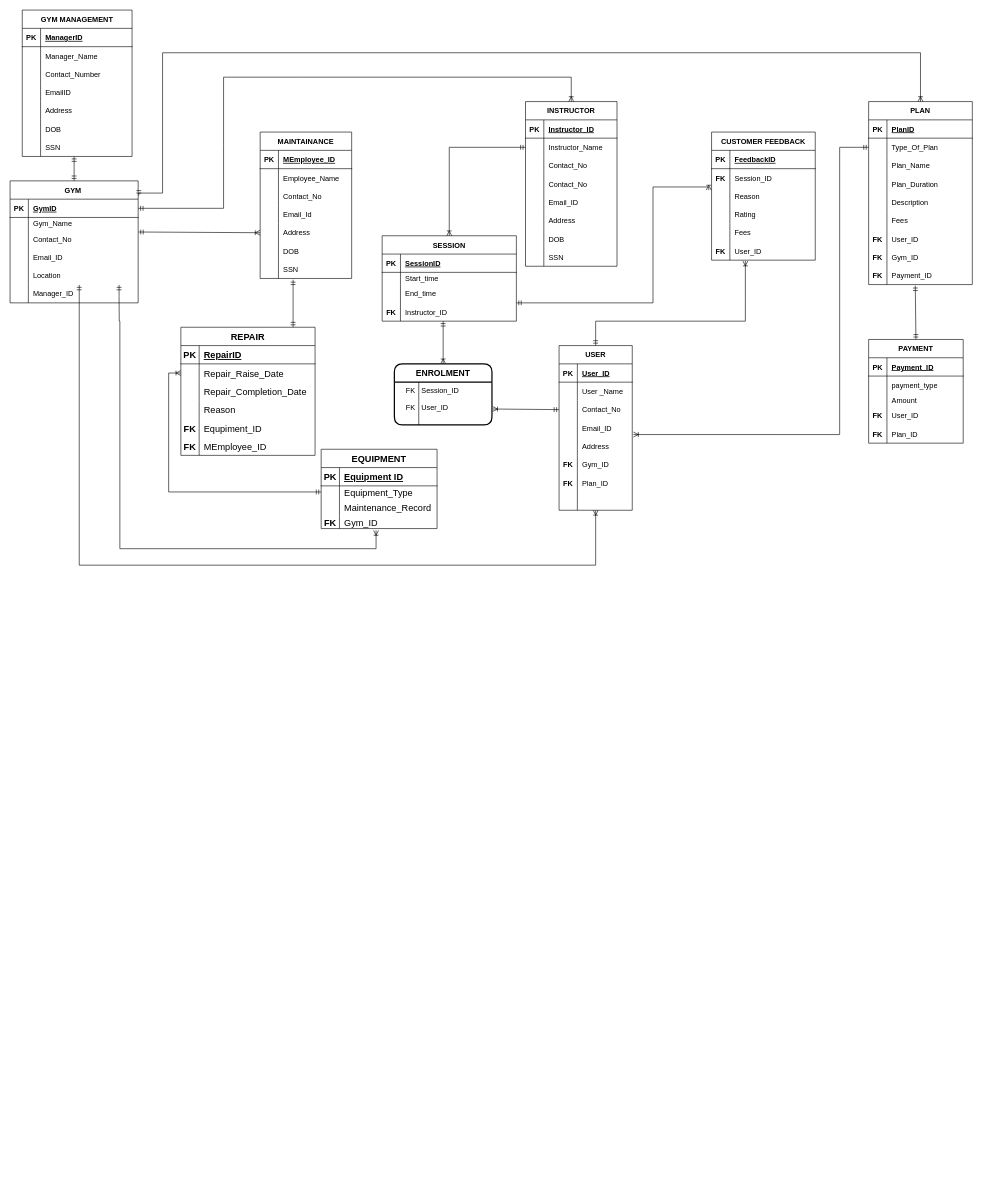
Above: Gym_Management_ERD.drawio in Tharunip/DAMG6210_PROJECT11 (draw.io), before the change. Source tidied: cells renumbered, new cells numbered last; positions are measured from the earlier drawing's top-left corner, leaving out a move shared by most shapes. Both pictures are drawn from the tidied source at 61%, with x=0, y=0 at pixel (10, 10).
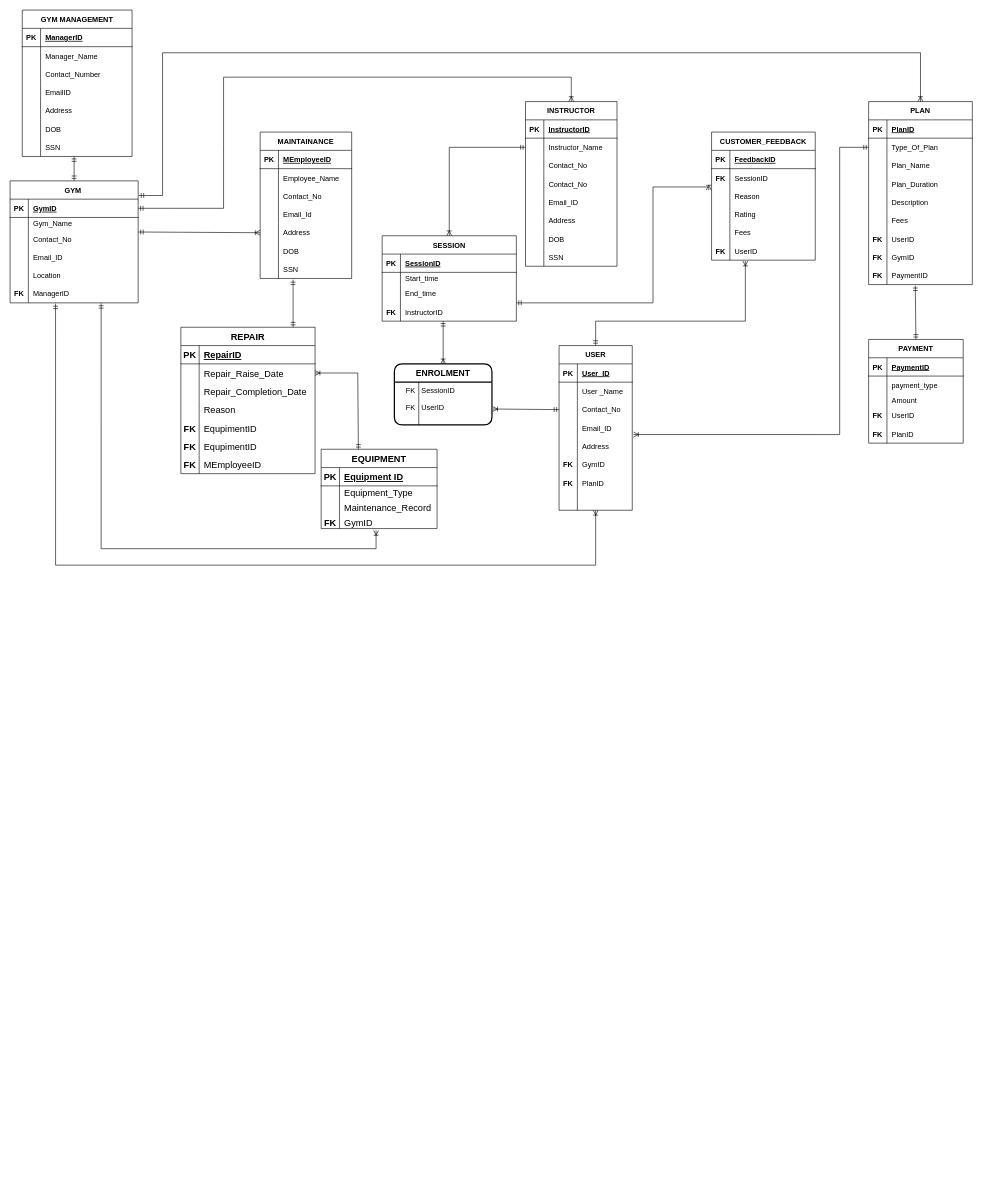
The same page after the edit.

The change refers to these unchanged cells:
```xml
<mxCell id="2" value="GYM " style="shape=table;startSize=30;childLayout=tableLayout;rowLines=0;fontStyle=1;align=center;" parent="1" vertex="1">
  <mxGeometry y="280" width="210" height="200" as="geometry" />
</mxCell>
<mxCell id="15" style="shape=tableRow;horizontal=0;startSize=0;swimlaneHead=0;swimlaneBody=0;fillColor=none;points=[[0,0.5],[1,0.5]];portConstraint=eastwest;top=0;left=0;right=0;bottom=0;" parent="2" vertex="1">
  <mxGeometry y="140" width="210" height="30" as="geometry" />
</mxCell>
<mxCell id="18" style="shape=tableRow;horizontal=0;startSize=0;swimlaneHead=0;swimlaneBody=0;fillColor=none;points=[[0,0.5],[1,0.5]];portConstraint=eastwest;top=0;left=0;right=0;bottom=0;" parent="2" vertex="1">
  <mxGeometry y="170" width="210" height="30" as="geometry" />
</mxCell>
<mxCell id="22" style="shape=tableRow;horizontal=0;startSize=0;swimlaneHead=0;swimlaneBody=0;fillColor=none;top=0;left=0;right=0;bottom=1;" parent="21" vertex="1">
  <mxGeometry y="30" width="150" height="30" as="geometry" />
</mxCell>
<mxCell id="56" style="shape=tableRow;horizontal=0;startSize=0;swimlaneHead=0;swimlaneBody=0;fillColor=none;points=[[0,0.5],[1,0.5]];portConstraint=eastwest;top=0;left=0;right=0;bottom=0;" parent="46" vertex="1">
  <mxGeometry y="110" width="220" height="30" as="geometry" />
</mxCell>
<mxCell id="75" style="shape=tableRow;horizontal=0;startSize=0;swimlaneHead=0;swimlaneBody=0;fillColor=none;top=0;left=0;right=0;bottom=0;" parent="59" vertex="1">
  <mxGeometry y="180" width="120" height="30" as="geometry" />
</mxCell>
<mxCell id="78" style="shape=tableRow;horizontal=0;startSize=0;swimlaneHead=0;swimlaneBody=0;fillColor=none;top=0;left=0;right=0;bottom=0;" parent="59" vertex="1">
  <mxGeometry y="210" width="120" height="30" as="geometry" />
</mxCell>
<mxCell id="85" style="shape=tableRow;horizontal=0;startSize=0;swimlaneHead=0;swimlaneBody=0;fillColor=none;top=0;left=0;right=0;bottom=1;" parent="84" vertex="1">
  <mxGeometry y="30" width="155" height="30" as="geometry" />
</mxCell>
<mxCell id="94" style="shape=tableRow;horizontal=0;startSize=0;swimlaneHead=0;swimlaneBody=0;fillColor=none;top=0;left=0;right=0;bottom=0;" parent="84" vertex="1">
  <mxGeometry y="110" width="155" height="30" as="geometry" />
</mxCell>
<mxCell id="97" style="shape=tableRow;horizontal=0;startSize=0;swimlaneHead=0;swimlaneBody=0;fillColor=none;top=0;left=0;right=0;bottom=0;" parent="84" vertex="1">
  <mxGeometry y="140" width="155" height="30" as="geometry" />
</mxCell>
<mxCell id="100" value="PLAN" style="shape=table;startSize=30;childLayout=tableLayout;rowLines=0;fontStyle=1;align=center;" parent="1" vertex="1">
  <mxGeometry x="1407.5" y="150" width="170" height="300" as="geometry" />
</mxCell>
<mxCell id="119" style="shape=tableRow;horizontal=0;startSize=0;swimlaneHead=0;swimlaneBody=0;fillColor=none;top=0;left=0;right=0;bottom=0;" parent="100" vertex="1">
  <mxGeometry y="210" width="170" height="30" as="geometry" />
</mxCell>
<mxCell id="122" style="shape=tableRow;horizontal=0;startSize=0;swimlaneHead=0;swimlaneBody=0;fillColor=none;top=0;left=0;right=0;bottom=0;" parent="100" vertex="1">
  <mxGeometry y="240" width="170" height="30" as="geometry" />
</mxCell>
<mxCell id="125" style="shape=tableRow;horizontal=0;startSize=0;swimlaneHead=0;swimlaneBody=0;fillColor=none;points=[[0,0.5],[1,0.5]];portConstraint=eastwest;top=0;left=0;right=0;bottom=0;" parent="100" vertex="1">
  <mxGeometry y="270" width="170" height="30" as="geometry" />
</mxCell>
<mxCell id="154" value="EQUIPMENT" style="shape=table;startSize=30;childLayout=tableLayout;rowLines=0;fontStyle=1;align=center;fontSize=15;" parent="1" vertex="1">
  <mxGeometry x="510" y="720" width="190" height="130" as="geometry" />
</mxCell>
<mxCell id="158" style="shape=tableRow;horizontal=0;startSize=0;swimlaneHead=0;swimlaneBody=0;fillColor=none;points=[[0,0.5],[1,0.5]];portConstraint=eastwest;top=0;left=0;right=0;bottom=0;fontSize=15;" parent="154" vertex="1">
  <mxGeometry y="60" width="190" height="20" as="geometry" />
</mxCell>
<mxCell id="164" style="shape=tableRow;horizontal=0;startSize=0;swimlaneHead=0;swimlaneBody=0;fillColor=none;top=0;left=0;right=0;bottom=0;fontSize=15;" parent="154" vertex="1">
  <mxGeometry y="110" width="190" height="20" as="geometry" />
</mxCell>
<mxCell id="183" style="shape=tableRow;horizontal=0;startSize=0;swimlaneHead=0;swimlaneBody=0;fillColor=none;points=[[0,0.5],[1,0.5]];portConstraint=eastwest;top=0;left=0;right=0;bottom=0;fontSize=15;" parent="179" vertex="1">
  <mxGeometry y="60" width="220" height="30" as="geometry" />
</mxCell>
<mxCell id="207" style="shape=tableRow;horizontal=0;startSize=0;swimlaneHead=0;swimlaneBody=0;fillColor=none;top=0;left=0;right=0;bottom=0;" parent="203" vertex="1">
  <mxGeometry y="60" width="170" height="30" as="geometry" />
</mxCell>
<mxCell id="219" style="shape=tableRow;horizontal=0;startSize=0;swimlaneHead=0;swimlaneBody=0;fillColor=none;points=[[0,0.5],[1,0.5]];portConstraint=eastwest;top=0;left=0;right=0;bottom=0;" parent="203" vertex="1">
  <mxGeometry y="180" width="170" height="30" as="geometry" />
</mxCell>
<mxCell id="225" style="shape=tableRow;horizontal=0;startSize=0;swimlaneHead=0;swimlaneBody=0;fillColor=none;top=0;left=0;right=0;bottom=1;" parent="224" vertex="1">
  <mxGeometry y="30" width="150" height="30" as="geometry" />
</mxCell>
<mxCell id="250" value="ENROLMENT" style="swimlane;horizontal=1;startSize=30;rounded=1;fontSize=14;fontStyle=1;strokeWidth=2;shadow=0;dashed=0;align=center;" parent="1" vertex="1">
  <mxGeometry x="630" y="580" width="160" height="100" as="geometry" />
</mxCell>
```

The edit, as a diff of the source:
```diff
@@
-    <mxCell id="19" style="shape=partialRectangle;fillColor=none;top=0;left=0;bottom=0;right=0;overflow=hidden;fontStyle=1;" parent="18" vertex="1">
+    <mxCell id="19" value="FK" style="shape=partialRectangle;fillColor=none;top=0;left=0;bottom=0;right=0;overflow=hidden;fontStyle=1;" parent="18" vertex="1">
       <mxGeometry width="30" height="30" as="geometry" />
     </mxCell>
-    <mxCell id="20" value="Manager_ID" style="shape=partialRectangle;fillColor=none;top=0;left=0;bottom=0;right=0;align=left;spacingLeft=6;overflow=hidden;" parent="18" vertex="1">
+    <mxCell id="20" value="ManagerID" style="shape=partialRectangle;fillColor=none;top=0;left=0;bottom=0;right=0;align=left;spacingLeft=6;overflow=hidden;" parent="18" vertex="1">
       <mxGeometry x="30" width="180" height="30" as="geometry" />
     </mxCell>
@@
-    <mxCell id="24" value="Instructor_ID" style="shape=partialRectangle;fillColor=none;top=0;left=0;bottom=0;right=0;align=left;spacingLeft=6;fontStyle=5;overflow=hidden;" parent="22" vertex="1">
+    <mxCell id="24" value="InstructorID" style="shape=partialRectangle;fillColor=none;top=0;left=0;bottom=0;right=0;align=left;spacingLeft=6;fontStyle=5;overflow=hidden;" parent="22" vertex="1">
       <mxGeometry x="30" width="120" height="30" as="geometry" />
     </mxCell>
@@
-    <mxCell id="58" value="Instructor_ID" style="shape=partialRectangle;fillColor=none;top=0;left=0;bottom=0;right=0;align=left;spacingLeft=6;overflow=hidden;" parent="56" vertex="1">
+    <mxCell id="58" value="InstructorID" style="shape=partialRectangle;fillColor=none;top=0;left=0;bottom=0;right=0;align=left;spacingLeft=6;overflow=hidden;" parent="56" vertex="1">
       <mxGeometry x="30" width="190" height="30" as="geometry" />
     </mxCell>
@@
-    <mxCell id="77" value="Gym_ID" style="shape=partialRectangle;fillColor=none;top=0;left=0;bottom=0;right=0;align=left;spacingLeft=6;overflow=hidden;" parent="75" vertex="1">
+    <mxCell id="77" value="GymID" style="shape=partialRectangle;fillColor=none;top=0;left=0;bottom=0;right=0;align=left;spacingLeft=6;overflow=hidden;" parent="75" vertex="1">
       <mxGeometry x="30" width="90" height="30" as="geometry" />
     </mxCell>
@@
-    <mxCell id="80" value="Plan_ID" style="shape=partialRectangle;fillColor=none;top=0;left=0;bottom=0;right=0;align=left;spacingLeft=6;overflow=hidden;" parent="78" vertex="1">
+    <mxCell id="80" value="PlanID" style="shape=partialRectangle;fillColor=none;top=0;left=0;bottom=0;right=0;align=left;spacingLeft=6;overflow=hidden;" parent="78" vertex="1">
       <mxGeometry x="30" width="90" height="30" as="geometry" />
     </mxCell>
@@
-    <mxCell id="87" value="Payment_ID" style="shape=partialRectangle;fillColor=none;top=0;left=0;bottom=0;right=0;align=left;spacingLeft=6;fontStyle=5;overflow=hidden;" parent="85" vertex="1">
+    <mxCell id="87" value="PaymentID" style="shape=partialRectangle;fillColor=none;top=0;left=0;bottom=0;right=0;align=left;spacingLeft=6;fontStyle=5;overflow=hidden;" parent="85" vertex="1">
       <mxGeometry x="30" width="125" height="30" as="geometry" />
     </mxCell>
@@
-    <mxCell id="96" value="User_ID" style="shape=partialRectangle;fillColor=none;top=0;left=0;bottom=0;right=0;align=left;spacingLeft=6;overflow=hidden;" parent="94" vertex="1">
+    <mxCell id="96" value="UserID" style="shape=partialRectangle;fillColor=none;top=0;left=0;bottom=0;right=0;align=left;spacingLeft=6;overflow=hidden;" parent="94" vertex="1">
       <mxGeometry x="30" width="125" height="30" as="geometry" />
     </mxCell>
@@
-    <mxCell id="99" value="Plan_ID" style="shape=partialRectangle;fillColor=none;top=0;left=0;bottom=0;right=0;align=left;spacingLeft=6;overflow=hidden;" parent="97" vertex="1">
+    <mxCell id="99" value="PlanID" style="shape=partialRectangle;fillColor=none;top=0;left=0;bottom=0;right=0;align=left;spacingLeft=6;overflow=hidden;" parent="97" vertex="1">
       <mxGeometry x="30" width="125" height="30" as="geometry" />
     </mxCell>
@@
-    <mxCell id="121" value="User_ID" style="shape=partialRectangle;fillColor=none;top=0;left=0;bottom=0;right=0;align=left;spacingLeft=6;overflow=hidden;" parent="119" vertex="1">
+    <mxCell id="121" value="UserID" style="shape=partialRectangle;fillColor=none;top=0;left=0;bottom=0;right=0;align=left;spacingLeft=6;overflow=hidden;" parent="119" vertex="1">
       <mxGeometry x="30" width="140" height="30" as="geometry" />
     </mxCell>
@@
-    <mxCell id="124" value="Gym_ID" style="shape=partialRectangle;fillColor=none;top=0;left=0;bottom=0;right=0;align=left;spacingLeft=6;overflow=hidden;" parent="122" vertex="1">
+    <mxCell id="124" value="GymID" style="shape=partialRectangle;fillColor=none;top=0;left=0;bottom=0;right=0;align=left;spacingLeft=6;overflow=hidden;" parent="122" vertex="1">
       <mxGeometry x="30" width="140" height="30" as="geometry" />
     </mxCell>
@@
-    <mxCell id="127" value="Payment_ID" style="shape=partialRectangle;fillColor=none;top=0;left=0;bottom=0;right=0;align=left;spacingLeft=6;overflow=hidden;" parent="125" vertex="1">
+    <mxCell id="127" value="PaymentID" style="shape=partialRectangle;fillColor=none;top=0;left=0;bottom=0;right=0;align=left;spacingLeft=6;overflow=hidden;" parent="125" vertex="1">
       <mxGeometry x="30" width="140" height="30" as="geometry" />
     </mxCell>
@@
-    <mxCell id="166" value="Gym_ID" style="shape=partialRectangle;fillColor=none;top=0;left=0;bottom=0;right=0;align=left;spacingLeft=6;overflow=hidden;fontSize=15;" parent="164" vertex="1">
+    <mxCell id="166" value="GymID" style="shape=partialRectangle;fillColor=none;top=0;left=0;bottom=0;right=0;align=left;spacingLeft=6;overflow=hidden;fontSize=15;" parent="164" vertex="1">
       <mxGeometry x="30" width="160" height="20" as="geometry" />
     </mxCell>
@@
-    <mxCell id="176" style="edgeStyle=elbowEdgeStyle;fontSize=12;html=1;endArrow=ERoneToMany;startArrow=ERmandOne;rounded=0;exitX=0;exitY=0.5;exitDx=0;exitDy=0;entryX=0;entryY=0.5;entryDx=0;entryDy=0;" parent="1" edge="1" source="158" target="183">
+    <mxCell id="176" style="edgeStyle=elbowEdgeStyle;fontSize=12;html=1;endArrow=ERoneToMany;startArrow=ERmandOne;rounded=0;entryX=1;entryY=0.5;entryDx=0;entryDy=0;exitX=0.321;exitY=0.003;exitDx=0;exitDy=0;exitPerimeter=0;" parent="1" edge="1" source="154" target="183">
       <mxGeometry relative="1" as="geometry">
         <Array as="points">
-          <mxPoint x="260" y="710" />
+          <mxPoint x="570" y="640" />
         </Array>
       </mxGeometry>
     </mxCell>
@@
     <mxCell id="179" value="REPAIR" style="shape=table;startSize=30;childLayout=tableLayout;rowLines=0;fontStyle=1;align=center;fontSize=15;" parent="1" vertex="1">
-      <mxGeometry x="280" y="520" width="220" height="210" as="geometry" />
+      <mxGeometry x="280" y="520" width="220" height="240" as="geometry" />
     </mxCell>
@@
+    <mxCell id="253" style="shape=tableRow;horizontal=0;startSize=0;swimlaneHead=0;swimlaneBody=0;fillColor=none;top=0;left=0;right=0;bottom=0;fontSize=15;" parent="179" vertex="1">
+      <mxGeometry y="150" width="220" height="30" as="geometry" />
+    </mxCell>
+    <mxCell id="254" value="FK" style="shape=partialRectangle;fillColor=none;top=0;left=0;bottom=0;right=0;overflow=hidden;fontSize=15;fontStyle=1;" parent="253" vertex="1">
+      <mxGeometry width="30" height="30" as="geometry" />
+    </mxCell>
+    <mxCell id="255" value="EqupimentID" style="shape=partialRectangle;fillColor=none;top=0;left=0;bottom=0;right=0;align=left;spacingLeft=6;overflow=hidden;fontSize=15;" parent="253" vertex="1">
+      <mxGeometry x="30" width="190" height="30" as="geometry" />
+    </mxCell>
     <mxCell id="192" style="shape=tableRow;horizontal=0;startSize=0;swimlaneHead=0;swimlaneBody=0;fillColor=none;top=0;left=0;right=0;bottom=0;fontSize=15;" parent="179" vertex="1">
-      <mxGeometry y="150" width="220" height="30" as="geometry" />
+      <mxGeometry y="180" width="220" height="30" as="geometry" />
     </mxCell>
@@
-    <mxCell id="194" value="Equpiment_ID" style="shape=partialRectangle;fillColor=none;top=0;left=0;bottom=0;right=0;align=left;spacingLeft=6;overflow=hidden;fontSize=15;" parent="192" vertex="1">
+    <mxCell id="194" value="EqupimentID" style="shape=partialRectangle;fillColor=none;top=0;left=0;bottom=0;right=0;align=left;spacingLeft=6;overflow=hidden;fontSize=15;" parent="192" vertex="1">
       <mxGeometry x="30" width="190" height="30" as="geometry" />
     </mxCell>
     <mxCell id="195" style="shape=tableRow;horizontal=0;startSize=0;swimlaneHead=0;swimlaneBody=0;fillColor=none;top=0;left=0;right=0;bottom=0;fontSize=15;" parent="179" vertex="1">
-      <mxGeometry y="180" width="220" height="30" as="geometry" />
+      <mxGeometry y="210" width="220" height="30" as="geometry" />
     </mxCell>
@@
-    <mxCell id="197" value="MEmployee_ID" style="shape=partialRectangle;fillColor=none;top=0;left=0;bottom=0;right=0;align=left;spacingLeft=6;overflow=hidden;fontSize=15;" parent="195" vertex="1">
+    <mxCell id="197" value="MEmployeeID" style="shape=partialRectangle;fillColor=none;top=0;left=0;bottom=0;right=0;align=left;spacingLeft=6;overflow=hidden;fontSize=15;" parent="195" vertex="1">
       <mxGeometry x="30" width="190" height="30" as="geometry" />
     </mxCell>
@@
-    <mxCell id="200" style="fontSize=12;html=1;endArrow=ERoneToMany;startArrow=ERmandOne;rounded=0;elbow=vertical;edgeStyle=orthogonalEdgeStyle;exitX=0.851;exitY=1.02;exitDx=0;exitDy=0;exitPerimeter=0;" parent="1" edge="1" source="15">
+    <mxCell id="200" style="fontSize=12;html=1;endArrow=ERoneToMany;startArrow=ERmandOne;rounded=0;elbow=vertical;edgeStyle=orthogonalEdgeStyle;exitX=0.711;exitY=1.022;exitDx=0;exitDy=0;exitPerimeter=0;" parent="1" edge="1" source="18">
       <mxGeometry relative="1" as="geometry">
         <mxPoint x="600" y="853" as="targetPoint" />
         <Array as="points">
-          <mxPoint x="179" y="470" />
-          <mxPoint x="179" y="510" />
-          <mxPoint x="180" y="510" />
-          <mxPoint x="180" y="883" />
+          <mxPoint x="149" y="883" />
           <mxPoint x="600" y="883" />
         </Array>
       </mxGeometry>
     </mxCell>
@@
-    <mxCell id="202" style="fontSize=12;html=1;endArrow=ERoneToMany;startArrow=ERmandOne;rounded=0;elbow=vertical;edgeStyle=orthogonalEdgeStyle;exitX=0.54;exitY=1.02;exitDx=0;exitDy=0;exitPerimeter=0;" parent="1" edge="1" source="15">
+    <mxCell id="202" style="fontSize=12;html=1;endArrow=ERoneToMany;startArrow=ERmandOne;rounded=0;elbow=vertical;edgeStyle=orthogonalEdgeStyle;exitX=0.355;exitY=1.049;exitDx=0;exitDy=0;exitPerimeter=0;" parent="1" edge="1" source="18">
       <mxGeometry relative="1" as="geometry">
         <mxPoint x="960" y="820" as="targetPoint" />
         <Array as="points">
-          <mxPoint x="113" y="910" />
+          <mxPoint x="75" y="910" />
           <mxPoint x="960" y="910" />
         </Array>
       </mxGeometry>
     </mxCell>
-    <mxCell id="203" value="CUSTOMER FEEDBACK" style="shape=table;startSize=30;childLayout=tableLayout;rowLines=0;fontStyle=1;align=center;" parent="1" vertex="1">
+    <mxCell id="203" value="CUSTOMER_FEEDBACK" style="shape=table;startSize=30;childLayout=tableLayout;rowLines=0;fontStyle=1;align=center;" parent="1" vertex="1">
       <mxGeometry x="1150" y="200" width="170" height="210" as="geometry" />
     </mxCell>
@@
-    <mxCell id="209" value="Session_ID" style="shape=partialRectangle;fillColor=none;top=0;left=0;bottom=0;right=0;align=left;spacingLeft=6;overflow=hidden;" parent="207" vertex="1">
+    <mxCell id="209" value="SessionID" style="shape=partialRectangle;fillColor=none;top=0;left=0;bottom=0;right=0;align=left;spacingLeft=6;overflow=hidden;" parent="207" vertex="1">
       <mxGeometry x="30" width="140" height="30" as="geometry" />
     </mxCell>
@@
-    <mxCell id="221" value="User_ID" style="shape=partialRectangle;fillColor=none;top=0;left=0;bottom=0;right=0;align=left;spacingLeft=6;overflow=hidden;" parent="219" vertex="1">
+    <mxCell id="221" value="UserID" style="shape=partialRectangle;fillColor=none;top=0;left=0;bottom=0;right=0;align=left;spacingLeft=6;overflow=hidden;" parent="219" vertex="1">
       <mxGeometry x="30" width="140" height="30" as="geometry" />
     </mxCell>
@@
-    <mxCell id="227" value="MEmployee_ID" style="shape=partialRectangle;fillColor=none;top=0;left=0;bottom=0;right=0;align=left;spacingLeft=6;fontStyle=5;overflow=hidden;" parent="225" vertex="1">
+    <mxCell id="227" value="MEmployeeID" style="shape=partialRectangle;fillColor=none;top=0;left=0;bottom=0;right=0;align=left;spacingLeft=6;fontStyle=5;overflow=hidden;" parent="225" vertex="1">
       <mxGeometry x="30" width="120" height="30" as="geometry" />
     </mxCell>
@@
     <mxCell id="249" style="fontSize=12;html=1;endArrow=ERoneToMany;startArrow=ERmandOne;rounded=0;entryX=0.5;entryY=0;entryDx=0;entryDy=0;exitX=1.005;exitY=0.12;exitDx=0;exitDy=0;exitPerimeter=0;edgeStyle=orthogonalEdgeStyle;" parent="1" edge="1" source="2" target="100">
       <mxGeometry relative="1" as="geometry">
         <Array as="points">
-          <mxPoint x="250" y="300" />
+          <mxPoint x="250" y="304" />
           <mxPoint x="250" y="70" />
           <mxPoint x="1493" y="70" />
         </Array>
       </mxGeometry>
     </mxCell>
@@
-    <mxCell id="251" value="    FK   Session_ID&#10;&#10;    FK   User_ID" style="align=left;strokeColor=none;fillColor=none;spacingLeft=4;fontSize=12;verticalAlign=top;" parent="250" vertex="1">
+    <mxCell id="251" value="    FK   SessionID&#10;&#10;    FK   UserID" style="align=left;strokeColor=none;fillColor=none;spacingLeft=4;fontSize=12;verticalAlign=top;" parent="250" vertex="1">
       <mxGeometry y="30" width="160" height="70" as="geometry" />
     </mxCell>
```
